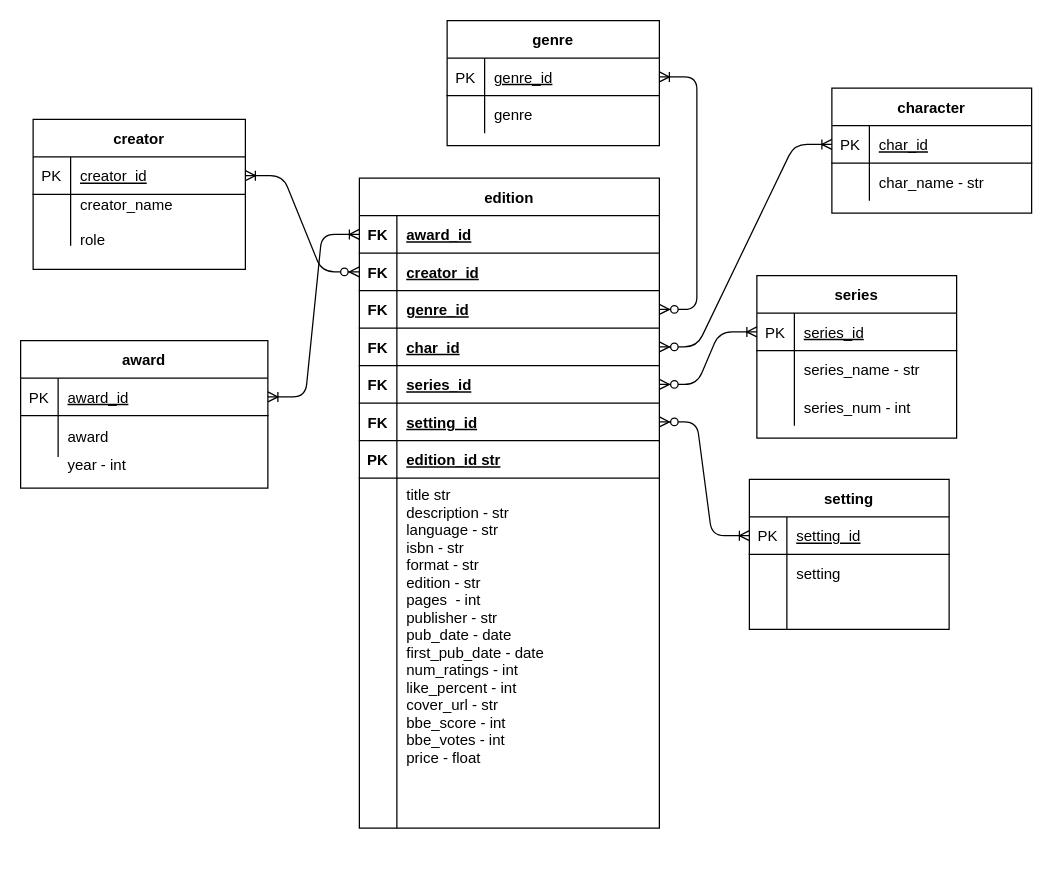
Above: artifacts/books_db.drawio in codeslp/books_db (draw.io), before the change. Source tidied: cells renumbered, new cells numbered last; positions are measured from the earlier drawing's top-left corner, leaving out a move shared by most shapes. Both pictures are drawn from the tidied source at 125%, with x=0, y=0 at pixel (20, 20).
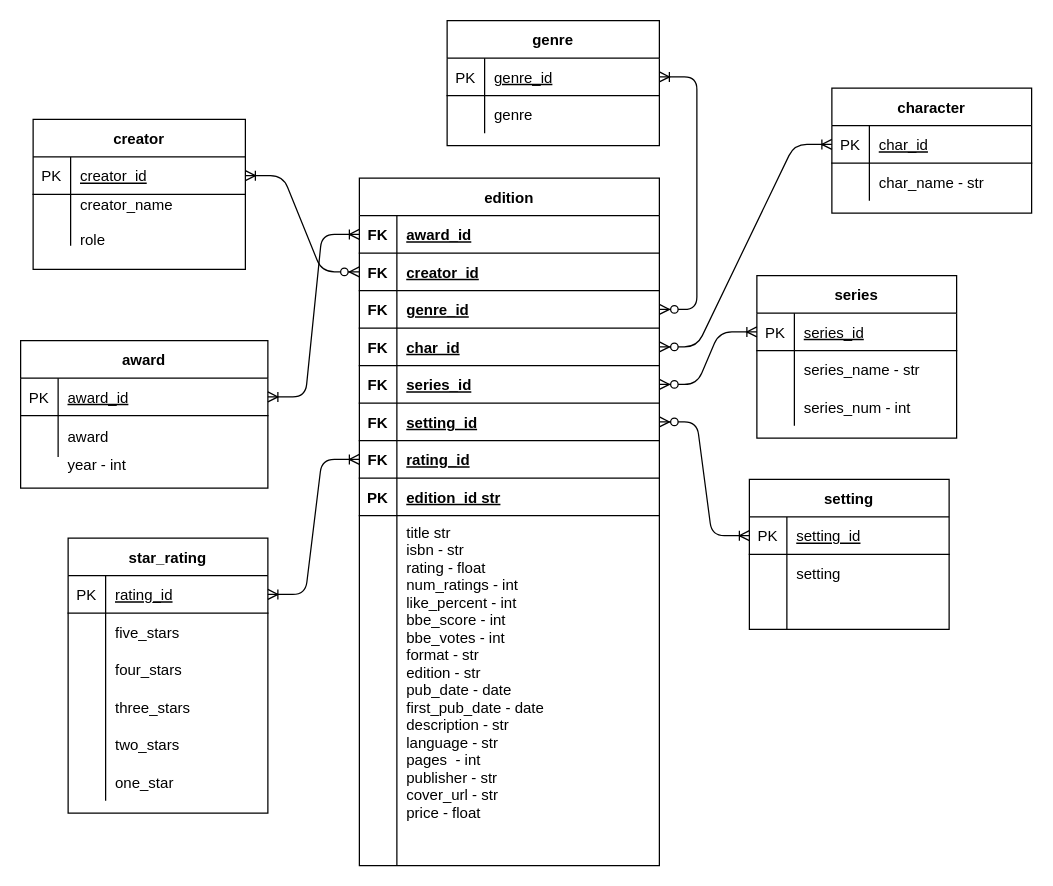
Above is the later version.

Change to the diagram source:
```diff
@@
     <mxCell id="3" value="edition" style="shape=table;startSize=30;childLayout=tableLayout;rowLines=0;fontStyle=1;align=center;" parent="1" vertex="1">
-      <mxGeometry x="271" y="126" width="240" height="520" as="geometry" />
+      <mxGeometry x="271" y="126" width="240" height="550" as="geometry" />
     </mxCell>
@@
+    <mxCell id="83" style="shape=partialRectangle;fillColor=none;points=[[0,0.5],[1,0.5]];portConstraint=eastwest;top=0;left=0;right=0;bottom=1;" parent="3" vertex="1">
+      <mxGeometry y="210" width="240" height="30" as="geometry" />
+    </mxCell>
+    <mxCell id="84" value="FK" style="shape=partialRectangle;overflow=hidden;fillColor=none;top=0;left=0;bottom=0;right=0;fontStyle=1;" parent="83" vertex="1">
+      <mxGeometry width="30" height="30" as="geometry" />
+    </mxCell>
+    <mxCell id="85" value="rating_id" style="shape=partialRectangle;overflow=hidden;fillColor=none;top=0;left=0;bottom=0;right=0;align=left;spacingLeft=6;fontStyle=5;" parent="83" vertex="1">
+      <mxGeometry x="30" width="210" height="30" as="geometry" />
+    </mxCell>
     <mxCell id="22" style="shape=partialRectangle;fillColor=none;top=0;left=0;right=0;bottom=1;" parent="3" vertex="1">
-      <mxGeometry y="210" width="240" height="30" as="geometry" />
+      <mxGeometry y="240" width="240" height="30" as="geometry" />
     </mxCell>
@@
     <mxCell id="25" style="shape=partialRectangle;fillColor=none;top=0;left=0;right=0;bottom=0;" parent="3" vertex="1">
-      <mxGeometry y="240" width="240" height="280" as="geometry" />
+      <mxGeometry y="270" width="240" height="280" as="geometry" />
     </mxCell>
@@
-    <mxCell id="27" value="title str&#10;description - str&#10;language - str&#10;isbn - str&#10;format - str&#10;edition - str&#10;pages  - int&#10;publisher - str&#10;pub_date - date&#10;first_pub_date - date&#10;num_ratings - int&#10;like_percent - int&#10;cover_url - str&#10;bbe_score - int&#10;bbe_votes - int&#10;price - float" style="shape=partialRectangle;overflow=hidden;fillColor=none;top=0;left=0;bottom=0;right=0;align=left;spacingLeft=6;verticalAlign=top;" parent="25" vertex="1">
+    <mxCell id="27" value="title str&#10;isbn - str&#10;rating - float&#10;num_ratings - int&#10;like_percent - int&#10;bbe_score - int&#10;bbe_votes - int&#10;format - str&#10;edition - str&#10;pub_date - date&#10;first_pub_date - date&#10;description - str&#10;language - str&#10;pages  - int&#10;publisher - str&#10;cover_url - str&#10;price - float" style="shape=partialRectangle;overflow=hidden;fillColor=none;top=0;left=0;bottom=0;right=0;align=left;spacingLeft=6;verticalAlign=top;" parent="25" vertex="1">
       <mxGeometry x="30" width="210" height="280" as="geometry" />
     </mxCell>
@@
+    <mxCell id="86" value="star_rating" style="shape=table;startSize=30;childLayout=tableLayout;rowLines=0;fontStyle=1;align=center;" parent="1" vertex="1">
+      <mxGeometry x="38" y="414" width="159.8" height="220" as="geometry" />
+    </mxCell>
+    <mxCell id="87" style="shape=partialRectangle;fillColor=none;points=[[0,0.5],[1,0.5]];portConstraint=eastwest;top=0;left=0;right=0;bottom=1;" parent="86" vertex="1">
+      <mxGeometry y="30" width="159.8" height="30" as="geometry" />
+    </mxCell>
+    <mxCell id="88" value="PK" style="shape=partialRectangle;overflow=hidden;fillColor=none;top=0;left=0;bottom=0;right=0;fontStyle=0;" parent="87" vertex="1">
+      <mxGeometry width="30" height="30" as="geometry" />
+    </mxCell>
+    <mxCell id="89" value="rating_id" style="shape=partialRectangle;overflow=hidden;fillColor=none;top=0;left=0;bottom=0;right=0;align=left;spacingLeft=6;fontStyle=4;" parent="87" vertex="1">
+      <mxGeometry x="30" width="129.8" height="30" as="geometry" />
+    </mxCell>
+    <mxCell id="90" style="shape=partialRectangle;fillColor=none;top=0;left=0;right=0;bottom=0;" parent="86" vertex="1">
+      <mxGeometry y="60" width="159.8" height="30" as="geometry" />
+    </mxCell>
+    <mxCell id="91" style="shape=partialRectangle;overflow=hidden;fillColor=none;top=0;left=0;bottom=0;right=0;" parent="90" vertex="1">
+      <mxGeometry width="30" height="30" as="geometry" />
+    </mxCell>
+    <mxCell id="92" value="five_stars" style="shape=partialRectangle;overflow=hidden;fillColor=none;top=0;left=0;bottom=0;right=0;align=left;spacingLeft=6;" parent="90" vertex="1">
+      <mxGeometry x="30" width="129.8" height="30" as="geometry" />
+    </mxCell>
+    <mxCell id="93" style="shape=partialRectangle;fillColor=none;top=0;left=0;right=0;bottom=0;" parent="86" vertex="1">
+      <mxGeometry y="90" width="159.8" height="30" as="geometry" />
+    </mxCell>
+    <mxCell id="94" style="shape=partialRectangle;overflow=hidden;fillColor=none;top=0;left=0;bottom=0;right=0;" parent="93" vertex="1">
+      <mxGeometry width="30" height="30" as="geometry" />
+    </mxCell>
+    <mxCell id="95" value="four_stars" style="shape=partialRectangle;overflow=hidden;fillColor=none;top=0;left=0;bottom=0;right=0;align=left;spacingLeft=6;" parent="93" vertex="1">
+      <mxGeometry x="30" width="129.8" height="30" as="geometry" />
+    </mxCell>
+    <mxCell id="96" style="shape=partialRectangle;fillColor=none;top=0;left=0;right=0;bottom=0;" parent="86" vertex="1">
+      <mxGeometry y="120" width="159.8" height="30" as="geometry" />
+    </mxCell>
+    <mxCell id="97" style="shape=partialRectangle;overflow=hidden;fillColor=none;top=0;left=0;bottom=0;right=0;" parent="96" vertex="1">
+      <mxGeometry width="30" height="30" as="geometry" />
+    </mxCell>
+    <mxCell id="98" value="three_stars" style="shape=partialRectangle;overflow=hidden;fillColor=none;top=0;left=0;bottom=0;right=0;align=left;spacingLeft=6;" parent="96" vertex="1">
+      <mxGeometry x="30" width="129.8" height="30" as="geometry" />
+    </mxCell>
+    <mxCell id="99" style="shape=partialRectangle;fillColor=none;top=0;left=0;right=0;bottom=0;" parent="86" vertex="1">
+      <mxGeometry y="150" width="159.8" height="30" as="geometry" />
+    </mxCell>
+    <mxCell id="100" style="shape=partialRectangle;overflow=hidden;fillColor=none;top=0;left=0;bottom=0;right=0;" parent="99" vertex="1">
+      <mxGeometry width="30" height="30" as="geometry" />
+    </mxCell>
+    <mxCell id="101" value="two_stars" style="shape=partialRectangle;overflow=hidden;fillColor=none;top=0;left=0;bottom=0;right=0;align=left;spacingLeft=6;" parent="99" vertex="1">
+      <mxGeometry x="30" width="129.8" height="30" as="geometry" />
+    </mxCell>
+    <mxCell id="102" style="shape=partialRectangle;fillColor=none;top=0;left=0;right=0;bottom=0;" parent="86" vertex="1">
+      <mxGeometry y="180" width="159.8" height="30" as="geometry" />
+    </mxCell>
+    <mxCell id="103" style="shape=partialRectangle;overflow=hidden;fillColor=none;top=0;left=0;bottom=0;right=0;" parent="102" vertex="1">
+      <mxGeometry width="30" height="30" as="geometry" />
+    </mxCell>
+    <mxCell id="104" value="one_star" style="shape=partialRectangle;overflow=hidden;fillColor=none;top=0;left=0;bottom=0;right=0;align=left;spacingLeft=6;" parent="102" vertex="1">
+      <mxGeometry x="30" width="129.8" height="30" as="geometry" />
+    </mxCell>
+    <mxCell id="105" style="edgeStyle=entityRelationEdgeStyle;endArrow=ERoneToMany;startArrow=ERoneToMany;endFill=0;startFill=0;entryX=1;entryY=0.5;entryDx=0;entryDy=0;exitX=0;exitY=0.5;exitDx=0;exitDy=0;" parent="1" edge="1" source="83" target="87">
+      <mxGeometry relative="1" as="geometry" />
+    </mxCell>
```
